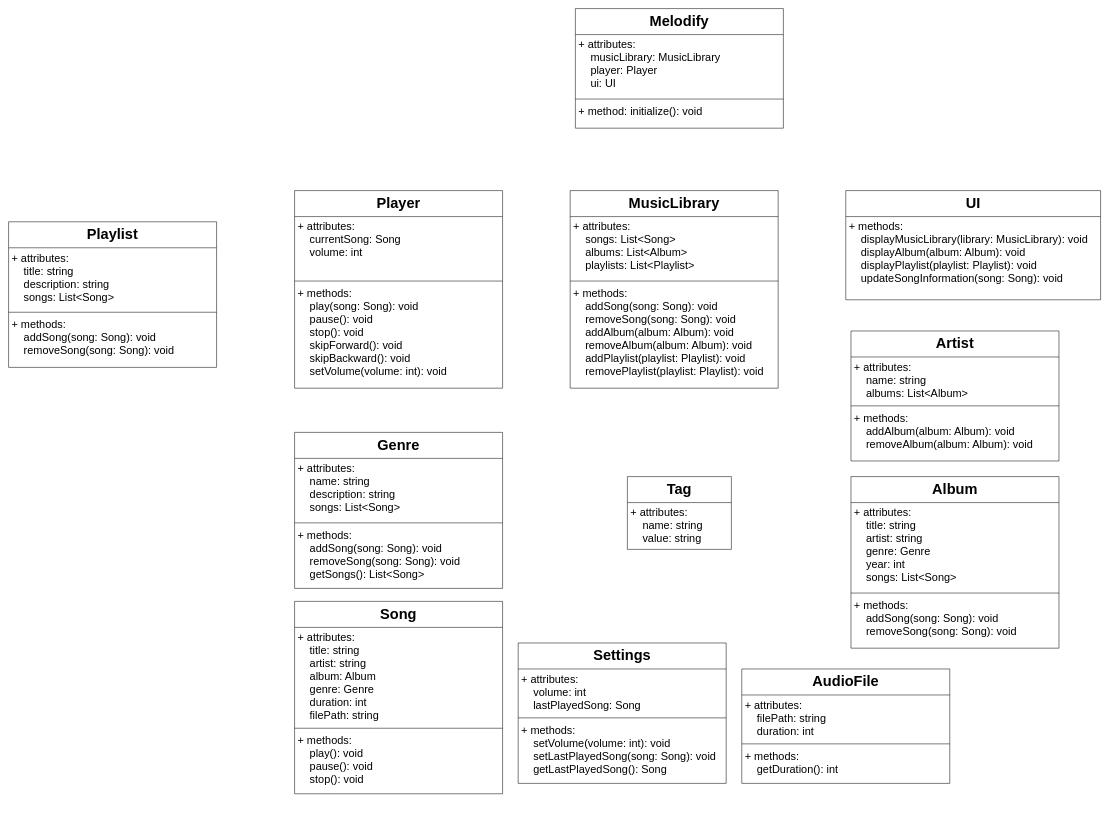
Before: Melodify Diagram.drawio in hugovasko/Melodify, a draw.io diagram. Source tidied: cells renumbered, new cells numbered last; positions are measured from the earlier drawing's top-left corner, leaving out a move shared by most shapes. Both pictures are drawn from the tidied source at 52%, with x=0, y=0 at pixel (8, 8).
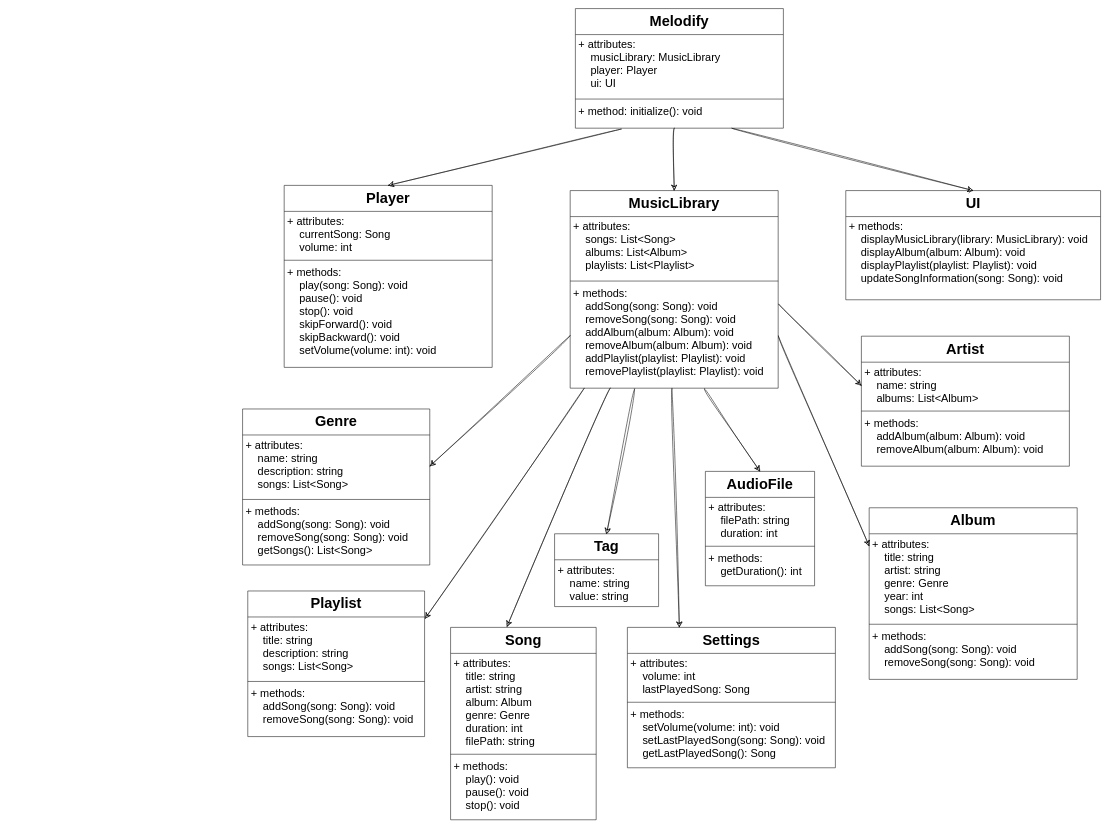
The same diagram, later.

The change refers to these unchanged cells:
```xml
<mxCell id="5" value="+ method: initialize(): void" style="text;strokeColor=none;fillColor=none;align=left;verticalAlign=top;spacingLeft=4;spacingRight=4;overflow=hidden;points=[[0,0.5],[1,0.5]];portConstraint=eastwest;fontSize=21;fontStyle=0;" parent="2" vertex="1">
  <mxGeometry y="178" width="400" height="52" as="geometry" />
</mxCell>
<mxCell id="6" value="MusicLibrary" style="swimlane;fontStyle=1;align=center;verticalAlign=top;horizontal=1;startSize=50;fontSize=28;" parent="1" vertex="1">
  <mxGeometry x="1080" y="350" width="400" height="380" as="geometry" />
</mxCell>
<mxCell id="9" value="+ methods:&#10;    addSong(song: Song): void&#10;    removeSong(song: Song): void&#10;    addAlbum(album: Album): void&#10;    removeAlbum(album: Album): void&#10;    addPlaylist(playlist: Playlist): void&#10;    removePlaylist(playlist: Playlist): void" style="text;strokeColor=none;fillColor=none;align=left;verticalAlign=top;spacingLeft=4;spacingRight=4;overflow=hidden;points=[[0,0.5],[1,0.5]];portConstraint=eastwest;fontSize=21;fontStyle=0;" parent="6" vertex="1">
  <mxGeometry y="178" width="400" height="202" as="geometry" />
</mxCell>
<mxCell id="15" value="+ attributes: &#10;    title: string&#10;    artist: string&#10;    genre: Genre&#10;    year: int&#10;    songs: List&lt;Song&gt;" style="text;strokeColor=none;fillColor=none;align=left;verticalAlign=top;spacingLeft=4;spacingRight=4;overflow=hidden;points=[[0,0.5],[1,0.5]];portConstraint=eastwest;fontSize=21;fontStyle=0;" parent="14" vertex="1">
  <mxGeometry y="50" width="400" height="170" as="geometry" />
</mxCell>
<mxCell id="26" value="UI" style="swimlane;fontStyle=1;align=center;verticalAlign=top;horizontal=1;startSize=50;fontSize=28;" parent="1" vertex="1">
  <mxGeometry x="1610" y="350" width="490" height="210" as="geometry" />
</mxCell>
<mxCell id="29" value="+ attributes: &#10;    name: string&#10;    albums: List&lt;Album&gt;" style="text;strokeColor=none;fillColor=none;align=left;verticalAlign=top;spacingLeft=4;spacingRight=4;overflow=hidden;points=[[0,0.5],[1,0.5]];portConstraint=eastwest;fontSize=21;fontStyle=0;" parent="28" vertex="1">
  <mxGeometry y="50" width="400" height="90" as="geometry" />
</mxCell>
```

The edit, as a diff of the source:
```diff
@@
     <mxCell id="10" value="Song" style="swimlane;fontStyle=1;align=center;verticalAlign=top;horizontal=1;startSize=50;fontSize=28;" parent="1" vertex="1">
-      <mxGeometry x="550" y="1140" width="400" height="370" as="geometry" />
+      <mxGeometry x="850" y="1190" width="280" height="370" as="geometry" />
     </mxCell>
     <mxCell id="11" value="+ attributes: &#10;    title: string&#10;    artist: string&#10;    album: Album&#10;    genre: Genre&#10;    duration: int&#10;    filePath: string" style="text;strokeColor=none;fillColor=none;align=left;verticalAlign=top;spacingLeft=4;spacingRight=4;overflow=hidden;fontSize=21;fontStyle=0;" parent="10" vertex="1">
-      <mxGeometry y="50" width="400" height="190" as="geometry" />
+      <mxGeometry y="50" width="280" height="190" as="geometry" />
     </mxCell>
     <mxCell id="12" style="line;strokeWidth=1;fillColor=none;align=left;verticalAlign=middle;spacingTop=-1;spacingLeft=3;spacingRight=3;labelPosition=right;strokeColor=inherit;fontSize=28;" parent="10" vertex="1">
-      <mxGeometry y="240" width="400" height="8" as="geometry" />
+      <mxGeometry y="240" width="280" height="8" as="geometry" />
     </mxCell>
     <mxCell id="13" value="+ methods:&#10;    play(): void&#10;    pause(): void&#10;    stop(): void" style="text;strokeColor=none;fillColor=none;align=left;verticalAlign=top;spacingLeft=4;spacingRight=4;overflow=hidden;fontSize=21;fontStyle=0;" parent="10" vertex="1">
-      <mxGeometry y="248" width="400" height="122" as="geometry" />
+      <mxGeometry y="248" width="280" height="122" as="geometry" />
     </mxCell>
     <mxCell id="14" value="Album" style="swimlane;fontStyle=1;align=center;verticalAlign=top;horizontal=1;startSize=50;fontSize=28;" parent="1" vertex="1">
-      <mxGeometry x="1620" y="900" width="400" height="330" as="geometry" />
+      <mxGeometry x="1655" y="960" width="400" height="330" as="geometry" />
     </mxCell>
@@
     <mxCell id="18" value="Playlist" style="swimlane;fontStyle=1;align=center;verticalAlign=top;horizontal=1;startSize=50;fontSize=28;" parent="1" vertex="1">
-      <mxGeometry y="410" width="400" height="280" as="geometry" />
+      <mxGeometry x="460" y="1120" width="340" height="280" as="geometry" />
     </mxCell>
     <mxCell id="19" value="+ attributes: &#10;    title: string&#10;    description: string&#10;    songs: List&lt;Song&gt;" style="text;strokeColor=none;fillColor=none;align=left;verticalAlign=top;spacingLeft=4;spacingRight=4;overflow=hidden;points=[[0,0.5],[1,0.5]];portConstraint=eastwest;fontSize=21;fontStyle=0;" parent="18" vertex="1">
-      <mxGeometry y="50" width="400" height="120" as="geometry" />
+      <mxGeometry y="50" width="340" height="120" as="geometry" />
     </mxCell>
     <mxCell id="20" style="line;strokeWidth=1;fillColor=none;align=left;verticalAlign=middle;spacingTop=-1;spacingLeft=3;spacingRight=3;labelPosition=right;strokeColor=inherit;fontSize=28;" parent="18" vertex="1">
-      <mxGeometry y="170" width="400" height="8" as="geometry" />
+      <mxGeometry y="170" width="340" height="8" as="geometry" />
     </mxCell>
     <mxCell id="21" value="+ methods:&#10;    addSong(song: Song): void&#10;    removeSong(song: Song): void" style="text;strokeColor=none;fillColor=none;align=left;verticalAlign=top;spacingLeft=4;spacingRight=4;overflow=hidden;fontSize=21;fontStyle=0;" parent="18" vertex="1">
-      <mxGeometry y="178" width="400" height="102" as="geometry" />
+      <mxGeometry y="178" width="340" height="102" as="geometry" />
     </mxCell>
     <mxCell id="22" value="Player" style="swimlane;fontStyle=1;align=center;verticalAlign=top;horizontal=1;startSize=50;fontSize=28;" parent="1" vertex="1">
-      <mxGeometry x="550" y="350" width="400" height="380" as="geometry" />
+      <mxGeometry x="530" y="340" width="400" height="350" as="geometry" />
     </mxCell>
     <mxCell id="23" value="+ attributes: &#10;    currentSong: Song&#10;    volume: int" style="text;strokeColor=none;fillColor=none;align=left;verticalAlign=top;spacingLeft=4;spacingRight=4;overflow=hidden;fontSize=21;fontStyle=0;" parent="22" vertex="1">
-      <mxGeometry y="50" width="400" height="120" as="geometry" />
+      <mxGeometry y="50" width="400" height="90" as="geometry" />
     </mxCell>
     <mxCell id="24" style="line;strokeWidth=1;fillColor=none;align=left;verticalAlign=middle;spacingTop=-1;spacingLeft=3;spacingRight=3;labelPosition=right;strokeColor=inherit;fontSize=28;" parent="22" vertex="1">
-      <mxGeometry y="170" width="400" height="8" as="geometry" />
+      <mxGeometry y="140" width="400" height="8" as="geometry" />
     </mxCell>
     <mxCell id="25" value="+ methods:&#10;    play(song: Song): void&#10;    pause(): void&#10;    stop(): void&#10;    skipForward(): void&#10;    skipBackward(): void&#10;    setVolume(volume: int): void" style="text;strokeColor=none;fillColor=none;align=left;verticalAlign=top;spacingLeft=4;spacingRight=4;overflow=hidden;fontSize=21;fontStyle=0;" parent="22" vertex="1">
-      <mxGeometry y="178" width="400" height="202" as="geometry" />
+      <mxGeometry y="148" width="400" height="202" as="geometry" />
     </mxCell>
@@
     <mxCell id="28" value="Artist" style="swimlane;fontStyle=1;align=center;verticalAlign=top;horizontal=1;startSize=50;fontSize=28;" parent="1" vertex="1">
-      <mxGeometry x="1620" y="620" width="400" height="250" as="geometry" />
+      <mxGeometry x="1640" y="630" width="400" height="250" as="geometry" />
     </mxCell>
@@
     <mxCell id="32" value="Genre" style="swimlane;fontStyle=1;align=center;verticalAlign=top;horizontal=1;startSize=50;fontSize=28;" parent="1" vertex="1">
-      <mxGeometry x="550" y="815" width="400" height="300" as="geometry" />
+      <mxGeometry x="450" y="770" width="360" height="300" as="geometry" />
     </mxCell>
     <mxCell id="33" value="+ attributes: &#10;    name: string&#10;    description: string&#10;    songs: List&lt;Song&gt;" style="text;strokeColor=none;fillColor=none;align=left;verticalAlign=top;spacingLeft=4;spacingRight=4;overflow=hidden;points=[[0,0.5],[1,0.5]];portConstraint=eastwest;fontSize=21;fontStyle=0;" parent="32" vertex="1">
-      <mxGeometry y="50" width="400" height="120" as="geometry" />
+      <mxGeometry y="50" width="360" height="120" as="geometry" />
     </mxCell>
     <mxCell id="34" style="line;strokeWidth=1;fillColor=none;align=left;verticalAlign=middle;spacingTop=-1;spacingLeft=3;spacingRight=3;labelPosition=right;strokeColor=inherit;fontSize=28;" parent="32" vertex="1">
-      <mxGeometry y="170" width="400" height="8" as="geometry" />
+      <mxGeometry y="170" width="360" height="8" as="geometry" />
     </mxCell>
     <mxCell id="35" value="+ methods:&#10;    addSong(song: Song): void&#10;    removeSong(song: Song): void&#10;    getSongs(): List&lt;Song&gt;" style="text;strokeColor=none;fillColor=none;align=left;verticalAlign=top;spacingLeft=4;spacingRight=4;overflow=hidden;fontSize=21;fontStyle=0;" parent="32" vertex="1">
-      <mxGeometry y="178" width="400" height="122" as="geometry" />
+      <mxGeometry y="178" width="360" height="122" as="geometry" />
     </mxCell>
     <mxCell id="36" value="AudioFile" style="swimlane;fontStyle=1;align=center;verticalAlign=top;horizontal=1;startSize=50;fontSize=28;" parent="1" vertex="1">
-      <mxGeometry x="1410" y="1270" width="400" height="220" as="geometry" />
+      <mxGeometry x="1340" y="890" width="210" height="220" as="geometry" />
     </mxCell>
     <mxCell id="37" value="+ attributes: &#10;    filePath: string&#10;    duration: int" style="text;strokeColor=none;fillColor=none;align=left;verticalAlign=top;spacingLeft=4;spacingRight=4;overflow=hidden;fontSize=21;fontStyle=0;" parent="36" vertex="1">
-      <mxGeometry y="50" width="400" height="90" as="geometry" />
+      <mxGeometry y="50" width="210" height="90" as="geometry" />
     </mxCell>
     <mxCell id="38" style="line;strokeWidth=1;fillColor=none;align=left;verticalAlign=middle;spacingTop=-1;spacingLeft=3;spacingRight=3;labelPosition=right;strokeColor=inherit;fontSize=28;" parent="36" vertex="1">
-      <mxGeometry y="140" width="400" height="8" as="geometry" />
+      <mxGeometry y="140" width="210" height="8" as="geometry" />
     </mxCell>
     <mxCell id="39" value="+ methods:&#10;    getDuration(): int" style="text;strokeColor=none;fillColor=none;align=left;verticalAlign=top;spacingLeft=4;spacingRight=4;overflow=hidden;fontSize=21;fontStyle=0;" parent="36" vertex="1">
-      <mxGeometry y="148" width="400" height="72" as="geometry" />
+      <mxGeometry y="148" width="210" height="72" as="geometry" />
     </mxCell>
     <mxCell id="40" value="Tag" style="swimlane;fontStyle=1;align=center;verticalAlign=top;horizontal=1;startSize=50;fontSize=28;" parent="1" vertex="1">
-      <mxGeometry x="1190" y="900" width="200" height="140" as="geometry" />
+      <mxGeometry x="1050" y="1010" width="200" height="140" as="geometry" />
     </mxCell>
@@
     <mxCell id="42" value="Settings" style="swimlane;fontStyle=1;align=center;verticalAlign=top;horizontal=1;startSize=50;fontSize=28;" parent="1" vertex="1">
-      <mxGeometry x="980" y="1220" width="400" height="270" as="geometry" />
+      <mxGeometry x="1190" y="1190" width="400" height="270" as="geometry" />
     </mxCell>
@@
+    <mxCell id="46" style="edgeStyle=none;curved=1;rounded=0;sketch=1;hachureGap=4;jiggle=2;curveFitting=1;jettySize=auto;html=1;exitX=0.222;exitY=1.033;exitDx=0;exitDy=0;entryX=0.5;entryY=0;entryDx=0;entryDy=0;fontFamily=Architects Daughter;fontSize=16;startSize=8;endSize=8;exitPerimeter=0;" parent="1" edge="1" source="5" target="22">
+      <mxGeometry relative="1" as="geometry" />
+    </mxCell>
+    <mxCell id="47" style="edgeStyle=none;curved=1;rounded=0;sketch=1;hachureGap=4;jiggle=2;curveFitting=1;jettySize=auto;html=1;entryX=0.5;entryY=0;entryDx=0;entryDy=0;fontFamily=Architects Daughter;fontSize=16;startSize=8;endSize=8;" parent="1" edge="1" target="6">
+      <mxGeometry relative="1" as="geometry">
+        <mxPoint x="1280" y="230" as="sourcePoint" />
+      </mxGeometry>
+    </mxCell>
+    <mxCell id="48" style="edgeStyle=none;curved=1;rounded=0;sketch=1;hachureGap=4;jiggle=2;curveFitting=1;jettySize=auto;html=1;entryX=0.5;entryY=0;entryDx=0;entryDy=0;fontFamily=Architects Daughter;fontSize=16;startSize=8;endSize=8;" parent="1" edge="1" target="26">
+      <mxGeometry relative="1" as="geometry">
+        <mxPoint x="1390" y="230" as="sourcePoint" />
+      </mxGeometry>
+    </mxCell>
+    <mxCell id="49" style="edgeStyle=none;curved=1;rounded=0;sketch=1;hachureGap=4;jiggle=2;curveFitting=1;jettySize=auto;html=1;exitX=0;exitY=0.5;exitDx=0;exitDy=0;entryX=1;entryY=0.5;entryDx=0;entryDy=0;fontFamily=Architects Daughter;fontSize=16;startSize=8;endSize=8;" parent="1" edge="1" source="9" target="33">
+      <mxGeometry relative="1" as="geometry" />
+    </mxCell>
+    <mxCell id="50" style="edgeStyle=none;curved=1;rounded=0;sketch=1;hachureGap=4;jiggle=2;curveFitting=1;jettySize=auto;html=1;exitX=1.001;exitY=0.197;exitDx=0;exitDy=0;entryX=0;entryY=0.5;entryDx=0;entryDy=0;fontFamily=Architects Daughter;fontSize=16;startSize=8;endSize=8;exitPerimeter=0;" parent="1" edge="1" source="9" target="29">
+      <mxGeometry relative="1" as="geometry" />
+    </mxCell>
+    <mxCell id="51" style="edgeStyle=none;curved=1;rounded=0;sketch=1;hachureGap=4;jiggle=2;curveFitting=1;jettySize=auto;html=1;exitX=0.31;exitY=1.004;exitDx=0;exitDy=0;entryX=0.5;entryY=0;entryDx=0;entryDy=0;fontFamily=Architects Daughter;fontSize=16;startSize=8;endSize=8;exitPerimeter=0;" parent="1" edge="1" source="9" target="40">
+      <mxGeometry relative="1" as="geometry" />
+    </mxCell>
+    <mxCell id="52" style="edgeStyle=none;curved=1;rounded=0;sketch=1;hachureGap=4;jiggle=2;curveFitting=1;jettySize=auto;html=1;exitX=0.067;exitY=1.002;exitDx=0;exitDy=0;entryX=1.003;entryY=0.025;entryDx=0;entryDy=0;fontFamily=Architects Daughter;fontSize=16;startSize=8;endSize=8;exitPerimeter=0;entryPerimeter=0;" parent="1" edge="1" source="9" target="19">
+      <mxGeometry relative="1" as="geometry" />
+    </mxCell>
+    <mxCell id="53" style="edgeStyle=none;curved=1;rounded=0;sketch=1;hachureGap=4;jiggle=2;curveFitting=1;jettySize=auto;html=1;exitX=1;exitY=0.5;exitDx=0;exitDy=0;fontFamily=Architects Daughter;fontSize=16;startSize=8;endSize=8;entryX=0;entryY=0.139;entryDx=0;entryDy=0;entryPerimeter=0;" parent="1" edge="1" source="9" target="15">
+      <mxGeometry relative="1" as="geometry" />
+    </mxCell>
+    <mxCell id="54" style="edgeStyle=none;curved=1;rounded=0;sketch=1;hachureGap=4;jiggle=2;curveFitting=1;jettySize=auto;html=1;exitX=0.192;exitY=0.999;exitDx=0;exitDy=0;entryX=0.387;entryY=-0.004;entryDx=0;entryDy=0;fontFamily=Architects Daughter;fontSize=16;startSize=8;endSize=8;exitPerimeter=0;entryPerimeter=0;" parent="1" edge="1" source="9" target="10">
+      <mxGeometry relative="1" as="geometry" />
+    </mxCell>
+    <mxCell id="55" style="edgeStyle=none;curved=1;rounded=0;sketch=1;hachureGap=4;jiggle=2;curveFitting=1;jettySize=auto;html=1;exitX=0.645;exitY=1.006;exitDx=0;exitDy=0;entryX=0.5;entryY=0;entryDx=0;entryDy=0;fontFamily=Architects Daughter;fontSize=16;startSize=8;endSize=8;exitPerimeter=0;" parent="1" edge="1" source="9" target="36">
+      <mxGeometry relative="1" as="geometry" />
+    </mxCell>
+    <mxCell id="56" style="edgeStyle=none;curved=1;rounded=0;sketch=1;hachureGap=4;jiggle=2;curveFitting=1;jettySize=auto;html=1;exitX=0.489;exitY=1.001;exitDx=0;exitDy=0;entryX=0.25;entryY=0;entryDx=0;entryDy=0;fontFamily=Architects Daughter;fontSize=16;startSize=8;endSize=8;exitPerimeter=0;" parent="1" edge="1" source="9" target="42">
+      <mxGeometry relative="1" as="geometry" />
+    </mxCell>
```
